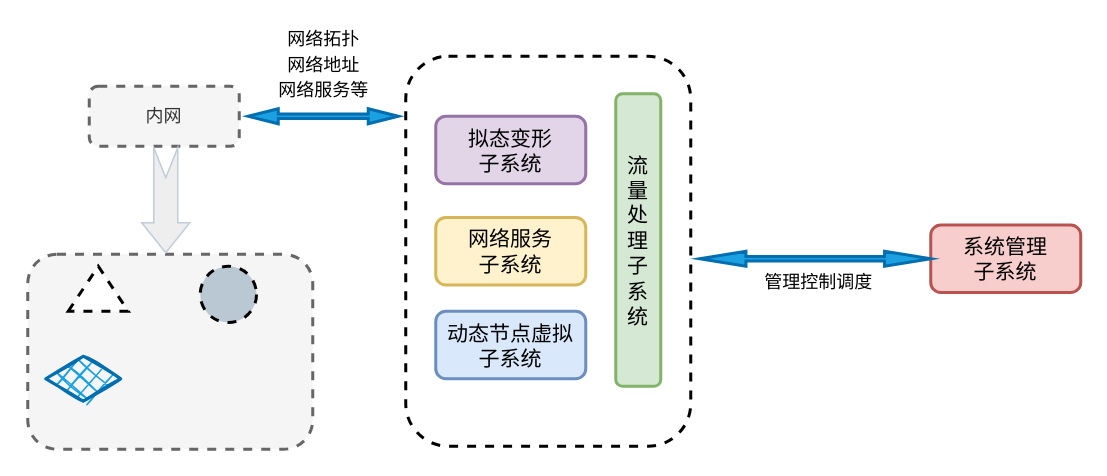
Earlier version of the draw.io diagram 系统工作原理.drawio (qiuqiu1234/my-test-pro). Source tidied: cells renumbered, new cells numbered last; positions are measured from the earlier drawing's top-left corner, leaving out a move shared by most shapes. Both pictures are drawn from the tidied source at 150%, with x=0, y=0 at pixel (27, 40).
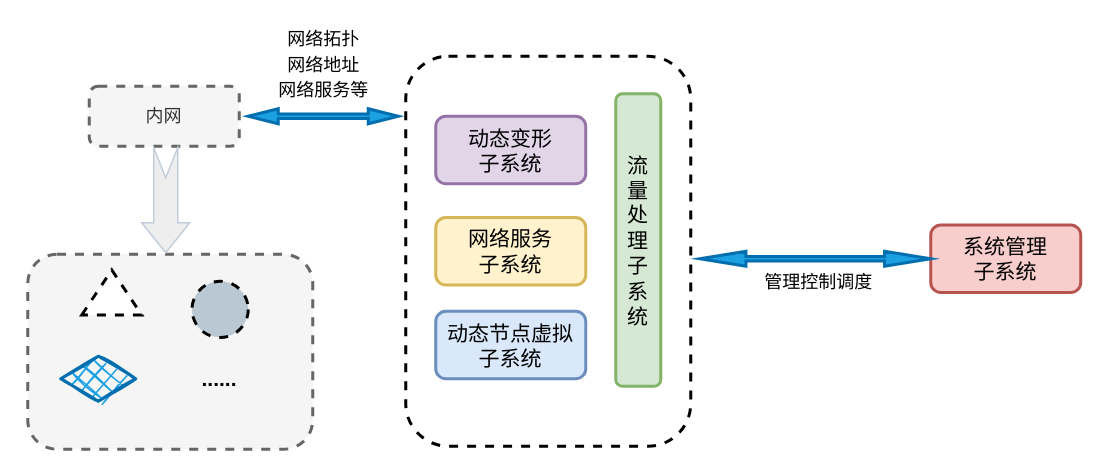
Above is the later version.

Commit message:
更新系统工作原理.drawio

Diff of the diagram source:
```diff
@@
 <mxGraphModel background="#ffffff">
   <root>
     <mxCell id="0" />
     <mxCell id="1" parent="0" />
     <mxCell id="2" value="内网" style="rounded=1;whiteSpace=wrap;html=1;dashed=1;strokeWidth=2;fillColor=#f5f5f5;fontColor=#333333;strokeColor=#666666;" parent="1" vertex="1">
       <mxGeometry x="41" y="30" width="100" height="40" as="geometry" />
     </mxCell>
     <mxCell id="3" style="rounded=1;whiteSpace=wrap;html=1;dashed=1;strokeWidth=2;fillColor=#f5f5f5;fontColor=#333333;strokeColor=#666666;" parent="1" vertex="1">
       <mxGeometry y="142" width="190" height="130" as="geometry" />
     </mxCell>
     <mxCell id="4" style="rounded=1;whiteSpace=wrap;html=1;dashed=1;strokeWidth=2;" parent="1" vertex="1">
       <mxGeometry x="252" y="10" width="190" height="260" as="geometry" />
     </mxCell>
-    <mxCell id="5" value="拟态变形&lt;br&gt;子系统" style="rounded=1;whiteSpace=wrap;html=1;strokeWidth=2;fontSize=14;fillColor=#e1d5e7;strokeColor=#9673a6;" parent="1" vertex="1">
+    <mxCell id="5" value="动态变形&lt;br&gt;子系统" style="rounded=1;whiteSpace=wrap;html=1;strokeWidth=2;fontSize=14;fillColor=#e1d5e7;strokeColor=#9673a6;" parent="1" vertex="1">
       <mxGeometry x="272" y="50" width="100" height="45" as="geometry" />
     </mxCell>
     <mxCell id="6" value="流&lt;br&gt;量&lt;br&gt;处&lt;br&gt;理&lt;br&gt;子&lt;br&gt;系&lt;br&gt;统" style="rounded=1;whiteSpace=wrap;html=1;strokeWidth=2;fontSize=14;fillColor=#d5e8d4;strokeColor=#82b366;" parent="1" vertex="1">
       <mxGeometry x="392" y="35" width="30" height="195" as="geometry" />
     </mxCell>
     <mxCell id="7" value="网络服务&lt;br&gt;子系统" style="rounded=1;whiteSpace=wrap;html=1;strokeWidth=2;fontSize=14;fillColor=#fff2cc;strokeColor=#d6b656;" parent="1" vertex="1">
       <mxGeometry x="272" y="117.5" width="100" height="45" as="geometry" />
     </mxCell>
     <mxCell id="8" value="动态节点虚拟&lt;br&gt;子系统" style="rounded=1;whiteSpace=wrap;html=1;strokeWidth=2;fontSize=14;fillColor=#dae8fc;strokeColor=#6c8ebf;" parent="1" vertex="1">
       <mxGeometry x="272" y="180" width="100" height="45" as="geometry" />
     </mxCell>
     <mxCell id="9" value="系统管理&lt;br&gt;子系统" style="rounded=1;whiteSpace=wrap;html=1;strokeWidth=2;fontSize=14;fillColor=#f8cecc;strokeColor=#b85450;" parent="1" vertex="1">
       <mxGeometry x="602" y="122.5" width="100" height="45" as="geometry" />
     </mxCell>
     <mxCell id="10" style="shape=doubleArrow;whiteSpace=wrap;html=1;strokeColor=#006EAF;strokeWidth=2;fontSize=14;fillColor=#1ba1e2;fontColor=#ffffff;" parent="1" vertex="1">
       <mxGeometry x="448" y="140" width="154" height="10" as="geometry" />
     </mxCell>
     <mxCell id="11" value="&lt;font style=&quot;font-size: 12px;&quot;&gt;管理控制调度&lt;/font&gt;" style="text;html=1;strokeColor=none;fillColor=none;align=center;verticalAlign=middle;whiteSpace=wrap;rounded=0;fontSize=14;" parent="1" vertex="1">
       <mxGeometry x="482.5" y="145" width="89" height="30" as="geometry" />
     </mxCell>
     <mxCell id="12" value="&lt;font style=&quot;font-size: 12px;&quot;&gt;网络拓扑&lt;br&gt;网络地址&lt;br&gt;网络服务等&lt;/font&gt;" style="text;html=1;strokeColor=none;fillColor=none;align=center;verticalAlign=middle;whiteSpace=wrap;rounded=0;fontSize=14;" parent="1" vertex="1">
       <mxGeometry x="152.5" width="89" height="30" as="geometry" />
     </mxCell>
     <mxCell id="13" style="shape=doubleArrow;whiteSpace=wrap;html=1;strokeColor=#006EAF;strokeWidth=2;fontSize=14;fillColor=#1ba1e2;fontColor=#ffffff;" parent="1" vertex="1">
       <mxGeometry x="147" y="45" width="100" height="10" as="geometry" />
     </mxCell>
     <mxCell id="14" style="rhombus;whiteSpace=wrap;html=1;strokeWidth=2;fillWeight=-1;hachureGap=8;fillStyle=cross-hatch;fillColor=#1ba1e2;sketch=1;strokeColor=#006EAF;fontSize=12;fontColor=#ffffff;" parent="1" vertex="1">
-      <mxGeometry x="12" y="210" width="50" height="30" as="geometry" />
+      <mxGeometry x="22" y="210" width="50" height="30" as="geometry" />
     </mxCell>
     <mxCell id="15" style="ellipse;whiteSpace=wrap;html=1;strokeColor=default;strokeWidth=2;fontSize=12;fillColor=#bac8d3;dashed=1;" parent="1" vertex="1">
-      <mxGeometry x="115" y="150" width="37.5" height="37.5" as="geometry" />
+      <mxGeometry x="109.5" y="160" width="37.5" height="37.5" as="geometry" />
     </mxCell>
     <mxCell id="16" style="triangle;whiteSpace=wrap;html=1;dashed=1;strokeColor=default;strokeWidth=2;fontSize=12;rotation=-90;" parent="1" vertex="1">
-      <mxGeometry x="32" y="145" width="30" height="40" as="geometry" />
+      <mxGeometry x="41" y="147.5" width="30" height="40" as="geometry" />
     </mxCell>
     <mxCell id="17" style="html=1;shadow=0;dashed=0;align=center;verticalAlign=middle;shape=mxgraph.arrows2.tailedNotchedArrow;dy1=10;dx1=20;notch=20;arrowHead=20;dx2=25;dy2=30;strokeColor=#C2CDDB;strokeWidth=1;fontSize=12;rotation=90;fillColor=#eeeeee;" parent="1" vertex="1">
       <mxGeometry x="57" y="102" width="70" height="8" as="geometry" />
     </mxCell>
+    <mxCell id="18" value="&lt;font style=&quot;font-size: 14px;&quot;&gt;&lt;b&gt;......&lt;/b&gt;&lt;/font&gt;" style="text;html=1;strokeColor=none;fillColor=none;align=center;verticalAlign=middle;whiteSpace=wrap;rounded=0;fontSize=8;" parent="1" vertex="1">
+      <mxGeometry x="98.2" y="210" width="60" height="30" as="geometry" />
+    </mxCell>
+    <mxCell id="19" style="edgeStyle=orthogonalEdgeStyle;rounded=0;orthogonalLoop=1;jettySize=auto;html=1;exitX=0.5;exitY=1;exitDx=0;exitDy=0;fontSize=14;" parent="1" edge="1" source="18" target="18">
+      <mxGeometry relative="1" as="geometry" />
+    </mxCell>
   </root>
 </mxGraphModel>
```
